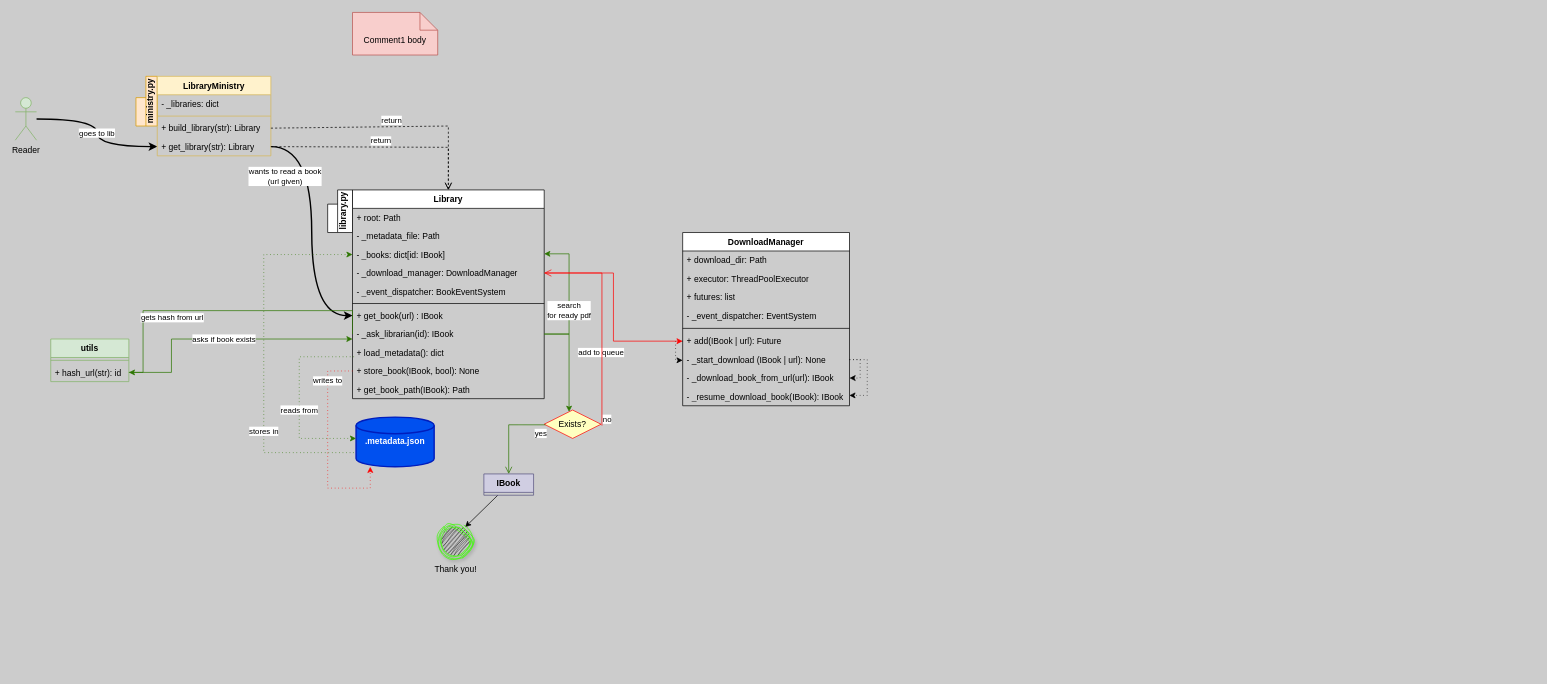
Above: booksnap/core/Library.drawio in michaellevin/book-snap (draw.io), before the change. Source tidied: cells renumbered, new cells numbered last; positions are measured from the earlier drawing's top-left corner, leaving out a move shared by most shapes. Both pictures are drawn from the tidied source at 71%, with x=0, y=0 at pixel (15, 12).
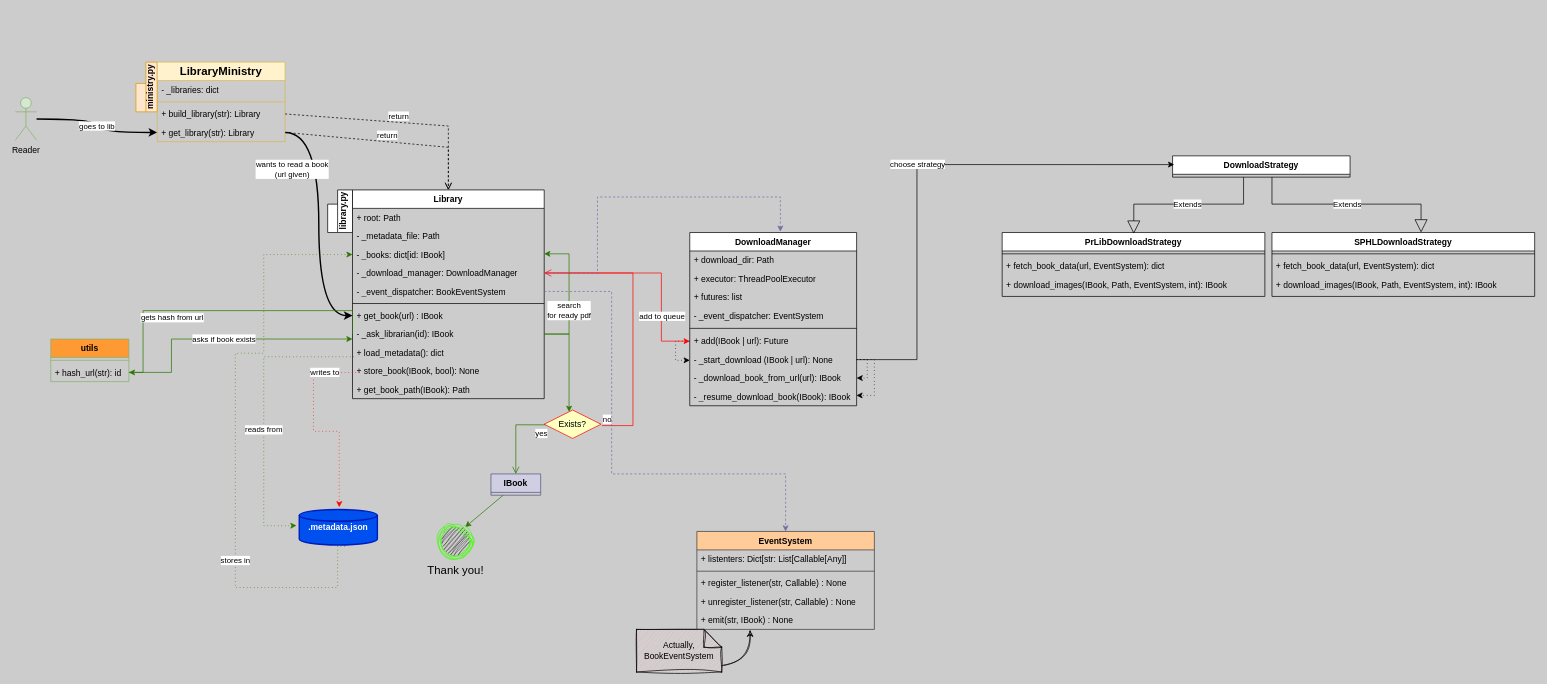
After the change.

Unchanged cells that the change refers to:
```xml
<mxCell id="14" value="- _books: dict[id: IBook]" style="text;strokeColor=none;fillColor=none;align=left;verticalAlign=top;spacingLeft=4;spacingRight=4;overflow=hidden;points=[[0,0.5],[1,0.5]];portConstraint=eastwest;whiteSpace=wrap;html=1;" parent="11" vertex="1">
  <mxGeometry y="78" width="270" height="26" as="geometry" />
</mxCell>
<mxCell id="15" value="- _download_manager: DownloadManager" style="text;strokeColor=none;fillColor=none;align=left;verticalAlign=top;spacingLeft=4;spacingRight=4;overflow=hidden;points=[[0,0.5],[1,0.5]];portConstraint=eastwest;whiteSpace=wrap;html=1;" parent="11" vertex="1">
  <mxGeometry y="104" width="270" height="26" as="geometry" />
</mxCell>
<mxCell id="16" value="- _event_dispatcher: BookEventSystem" style="text;strokeColor=none;fillColor=none;align=left;verticalAlign=top;spacingLeft=4;spacingRight=4;overflow=hidden;points=[[0,0.5],[1,0.5]];portConstraint=eastwest;whiteSpace=wrap;html=1;" parent="11" vertex="1">
  <mxGeometry y="130" width="270" height="26" as="geometry" />
</mxCell>
<mxCell id="21" value="+ load_metadata(): dict" style="text;strokeColor=none;fillColor=none;align=left;verticalAlign=top;spacingLeft=4;spacingRight=4;overflow=hidden;points=[[0,0.5],[1,0.5]];portConstraint=eastwest;whiteSpace=wrap;html=1;" parent="11" vertex="1">
  <mxGeometry y="216" width="270" height="26" as="geometry" />
</mxCell>
<mxCell id="22" value="+ store_book(IBook, bool): None" style="text;strokeColor=none;fillColor=none;align=left;verticalAlign=top;spacingLeft=4;spacingRight=4;overflow=hidden;points=[[0,0.5],[1,0.5]];portConstraint=eastwest;whiteSpace=wrap;html=1;" parent="11" vertex="1">
  <mxGeometry y="242" width="270" height="26" as="geometry" />
</mxCell>
<mxCell id="35" value="+ add(IBook | url): Future" style="text;strokeColor=none;fillColor=none;align=left;verticalAlign=top;spacingLeft=4;spacingRight=4;overflow=hidden;points=[[0,0.5],[1,0.5]];portConstraint=eastwest;whiteSpace=wrap;html=1;" parent="28" vertex="1">
  <mxGeometry y="140" width="235" height="26" as="geometry" />
</mxCell>
<mxCell id="36" value="- _start_download (IBook | url): None" style="text;strokeColor=none;fillColor=none;align=left;verticalAlign=top;spacingLeft=4;spacingRight=4;overflow=hidden;points=[[0,0.5],[1,0.5]];portConstraint=eastwest;whiteSpace=wrap;html=1;" parent="28" vertex="1">
  <mxGeometry y="166" width="235" height="26" as="geometry" />
</mxCell>
<mxCell id="56" value="Exists?" style="rhombus;whiteSpace=wrap;html=1;fontColor=#000000;fillColor=#ffffc0;strokeColor=#ff0000;" parent="1" vertex="1">
  <mxGeometry x="745" y="560" width="80" height="40" as="geometry" />
</mxCell>
```

Diff of the diagram source:
```diff
@@
     <mxCell id="2" value="ministry.py" style="shape=folder;fontStyle=1;spacingTop=10;tabWidth=40;tabHeight=14;tabPosition=left;html=1;whiteSpace=wrap;flipV=0;direction=north;horizontal=0;fillColor=#ffe6cc;strokeColor=#d79b00;" parent="1" vertex="1">
-      <mxGeometry x="170" y="90" width="30" height="70" as="geometry" />
+      <mxGeometry x="170" y="70" width="30" height="70" as="geometry" />
     </mxCell>
@@
-    <mxCell id="6" value="LibraryMinistry" style="swimlane;fontStyle=1;align=center;verticalAlign=top;horizontal=1;startSize=26;whiteSpace=wrap;html=1;fillColor=#fff2cc;strokeColor=#d6b656;" parent="1" vertex="1">
-      <mxGeometry x="200" y="90" width="160" height="112" as="geometry" />
+    <mxCell id="6" value="LibraryMinistry" style="swimlane;fontStyle=1;align=center;verticalAlign=middle;horizontal=1;startSize=26;whiteSpace=wrap;html=1;fillColor=#fff2cc;strokeColor=#d6b656;fontSize=16;" parent="1" vertex="1">
+      <mxGeometry x="200" y="70" width="180" height="112" as="geometry" />
     </mxCell>
     <mxCell id="7" value="- _libraries: dict" style="text;strokeColor=none;fillColor=none;align=left;verticalAlign=top;spacingLeft=4;spacingRight=4;overflow=hidden;whiteSpace=wrap;html=1;" parent="6" vertex="1">
-      <mxGeometry y="26" width="160" height="26" as="geometry" />
+      <mxGeometry y="26" width="180" height="26" as="geometry" />
     </mxCell>
     <mxCell id="8" style="line;strokeWidth=1;fillColor=none;align=left;verticalAlign=middle;spacingTop=-1;spacingLeft=3;spacingRight=3;labelPosition=right;strokeColor=inherit;" parent="6" vertex="1">
-      <mxGeometry y="52" width="160" height="8" as="geometry" />
+      <mxGeometry y="52" width="180" height="8" as="geometry" />
     </mxCell>
     <mxCell id="9" value="+ build_library(str): Library" style="text;strokeColor=none;fillColor=none;align=left;verticalAlign=top;spacingLeft=4;spacingRight=4;overflow=hidden;points=[[0,0.5],[1,0.5]];portConstraint=eastwest;whiteSpace=wrap;html=1;" parent="6" vertex="1">
-      <mxGeometry y="60" width="160" height="26" as="geometry" />
+      <mxGeometry y="60" width="180" height="26" as="geometry" />
     </mxCell>
     <mxCell id="10" value="+ get_library(str): Library" style="text;strokeColor=none;fillColor=none;align=left;verticalAlign=top;spacingLeft=4;spacingRight=4;overflow=hidden;points=[[0,0.5],[1,0.5]];portConstraint=eastwest;whiteSpace=wrap;html=1;" parent="6" vertex="1">
-      <mxGeometry y="86" width="160" height="26" as="geometry" />
+      <mxGeometry y="86" width="180" height="26" as="geometry" />
     </mxCell>
@@
+    <mxCell id="59" style="edgeStyle=orthogonalEdgeStyle;jettySize=auto;html=1;sketch=1;curveFitting=1;jiggle=2;strokeColor=none;dashed=1;dashPattern=1 4;curved=1;shadow=0;" parent="1" edge="1" source="27" target="78">
+      <mxGeometry relative="1" as="geometry" />
+    </mxCell>
+    <mxCell id="60" style="edgeStyle=orthogonalEdgeStyle;jettySize=auto;html=1;sketch=1;curveFitting=1;jiggle=2;dashed=1;dashPattern=1 1;entryX=0.3;entryY=1.049;entryDx=0;entryDy=0;entryPerimeter=0;curved=1;" parent="1" edge="1" source="27" target="78">
+      <mxGeometry relative="1" as="geometry">
+        <Array as="points">
+          <mxPoint x="1035" y="920" />
+        </Array>
+      </mxGeometry>
+    </mxCell>
-    <mxCell id="27" value="Comment1 body" style="shape=note2;boundedLbl=1;whiteSpace=wrap;html=1;size=25;verticalAlign=top;align=center;fillColor=#f8cecc;strokeColor=#b85450;" parent="1" vertex="1">
-      <mxGeometry x="475" width="120" height="60" as="geometry" />
+    <mxCell id="27" value="Actually, BookEventSystem" style="shape=note2;boundedLbl=1;whiteSpace=wrap;html=1;size=25;verticalAlign=middle;align=center;fillColor=#f8cecc;strokeColor=default;sketch=1;curveFitting=1;jiggle=2;shadow=0;" parent="1" vertex="1">
+      <mxGeometry x="875" y="869" width="120" height="60" as="geometry" />
     </mxCell>
     <mxCell id="28" value="DownloadManager" style="swimlane;fontStyle=1;align=center;verticalAlign=top;horizontal=1;startSize=26;whiteSpace=wrap;html=1;" parent="1" vertex="1">
-      <mxGeometry x="940" y="310" width="235" height="244" as="geometry" />
+      <mxGeometry x="950" y="310" width="235" height="244" as="geometry" />
     </mxCell>
@@
     <mxCell id="34" style="edgeStyle=orthogonalEdgeStyle;rounded=0;jettySize=auto;html=1;dashed=1;dashPattern=1 4;" parent="28" edge="1" source="35">
       <mxGeometry relative="1" as="geometry">
         <mxPoint y="180" as="targetPoint" />
         <Array as="points">
-          <mxPoint x="-10" y="153" />
-          <mxPoint x="-10" y="180" />
+          <mxPoint x="-20" y="153" />
+          <mxPoint x="-20" y="180" />
         </Array>
       </mxGeometry>
     </mxCell>
@@
     <mxCell id="41" style="rounded=0;jettySize=auto;html=1;exitX=1;exitY=0.5;exitDx=0;exitDy=0;entryX=0;entryY=0.5;entryDx=0;entryDy=0;jumpStyle=none;edgeStyle=orthogonalEdgeStyle;fillColor=#0050ef;strokeColor=#FF0000;" parent="1" edge="1" source="15" target="35">
-      <mxGeometry relative="1" as="geometry" />
+      <mxGeometry relative="1" as="geometry">
+        <Array as="points">
+          <mxPoint x="910" y="367" />
+          <mxPoint x="910" y="463" />
+        </Array>
+      </mxGeometry>
     </mxCell>
     <mxCell id="42" value="add to queue" style="edgeLabel;html=1;align=center;verticalAlign=middle;" parent="41" vertex="1">
       <mxGeometry x="0.08" y="-1" relative="1" as="geometry">
-        <mxPoint x="-17" y="52" as="offset" />
+        <mxPoint x="2" y="59" as="offset" />
       </mxGeometry>
     </mxCell>
-    <mxCell id="43" value="utils" style="swimlane;fontStyle=1;align=center;verticalAlign=top;horizontal=1;startSize=26;whiteSpace=wrap;html=1;fillColor=#d5e8d4;strokeColor=#82b366;" parent="1" vertex="1">
+    <mxCell id="43" value="utils" style="swimlane;fontStyle=1;align=center;verticalAlign=top;horizontal=1;startSize=26;whiteSpace=wrap;html=1;fillColor=#FF9933;strokeColor=#82b366;" parent="1" vertex="1">
       <mxGeometry x="50" y="460" width="110" height="60" as="geometry" />
     </mxCell>
@@
-    <mxCell id="47" value="stores in" style="edgeStyle=orthogonalEdgeStyle;rounded=0;jettySize=auto;html=1;fillColor=#60a917;strokeColor=#2D7600;dashed=1;dashPattern=1 4;exitX=-0.027;exitY=0.714;exitDx=0;exitDy=0;exitPerimeter=0;" parent="1" edge="1" source="48" target="14">
+    <mxCell id="47" value="stores in" style="edgeStyle=orthogonalEdgeStyle;rounded=0;jettySize=auto;html=1;fillColor=#60a917;strokeColor=#2D7600;dashed=1;dashPattern=1 4;exitX=0.584;exitY=1.041;exitDx=0;exitDy=0;exitPerimeter=0;" parent="1" edge="1" source="48" target="14">
       <mxGeometry x="-0.41" relative="1" as="geometry">
         <Array as="points">
-          <mxPoint x="350" y="620" />
+          <mxPoint x="454" y="810" />
+          <mxPoint x="310" y="810" />
+          <mxPoint x="310" y="480" />
+          <mxPoint x="350" y="480" />
           <mxPoint x="350" y="341" />
         </Array>
       </mxGeometry>
     </mxCell>
     <mxCell id="48" value=".metadata.json" style="strokeWidth=2;html=1;shape=mxgraph.flowchart.database;whiteSpace=wrap;fillColor=#0050ef;strokeColor=#001DBC;labelPosition=center;verticalLabelPosition=middle;align=center;verticalAlign=middle;fontColor=#ffffff;fontStyle=1;" parent="1" vertex="1">
-      <mxGeometry x="480" y="570" width="110" height="70" as="geometry" />
+      <mxGeometry x="400" y="700" width="110" height="50" as="geometry" />
     </mxCell>
-    <mxCell id="49" value="writes to" style="edgeStyle=orthogonalEdgeStyle;rounded=0;jettySize=auto;html=1;exitX=0;exitY=0.5;exitDx=0;exitDy=0;fillColor=#60a917;strokeColor=#FF0000;dashed=1;dashPattern=1 4;" parent="1" edge="1" source="22" target="48">
+    <mxCell id="49" value="writes to" style="edgeStyle=orthogonalEdgeStyle;rounded=0;jettySize=auto;html=1;exitX=0;exitY=0.5;exitDx=0;exitDy=0;fillColor=#60a917;strokeColor=#FF0000;dashed=1;dashPattern=1 4;entryX=0.512;entryY=-0.062;entryDx=0;entryDy=0;entryPerimeter=0;" parent="1" edge="1" target="48">
       <mxGeometry x="-0.66" relative="1" as="geometry">
+        <mxPoint x="485" y="507.2" as="sourcePoint" />
         <Array as="points">
-          <mxPoint x="440" y="505" />
-          <mxPoint x="440" y="670" />
-          <mxPoint x="500" y="670" />
+          <mxPoint x="420" y="507" />
+          <mxPoint x="420" y="590" />
+          <mxPoint x="456" y="590" />
         </Array>
       </mxGeometry>
     </mxCell>
-    <mxCell id="50" value="reads from" style="edgeStyle=orthogonalEdgeStyle;rounded=0;jettySize=auto;html=1;exitX=0.008;exitY=0.729;exitDx=0;exitDy=0;exitPerimeter=0;fillColor=#60a917;strokeColor=#2D7600;dashed=1;dashPattern=1 4;" parent="1" edge="1" source="21" target="48">
+    <mxCell id="50" value="reads from" style="edgeStyle=orthogonalEdgeStyle;rounded=0;jettySize=auto;html=1;exitX=0.008;exitY=0.729;exitDx=0;exitDy=0;exitPerimeter=0;fillColor=#60a917;strokeColor=#2D7600;dashed=1;dashPattern=1 4;entryX=-0.036;entryY=0.455;entryDx=0;entryDy=0;entryPerimeter=0;" parent="1" edge="1" source="21" target="48">
       <mxGeometry x="0.12" relative="1" as="geometry">
         <Array as="points">
-          <mxPoint x="400" y="485" />
-          <mxPoint x="400" y="600" />
+          <mxPoint x="350" y="485" />
+          <mxPoint x="350" y="723" />
+          <mxPoint x="386" y="723" />
         </Array>
       </mxGeometry>
     </mxCell>
@@
-    <mxCell id="53" style="rounded=0;jettySize=auto;html=1;entryX=0.774;entryY=0.097;entryDx=0;entryDy=0;entryPerimeter=0;" parent="1" edge="1" source="54" target="55">
+    <mxCell id="53" style="rounded=0;jettySize=auto;html=1;entryX=0.774;entryY=0.097;entryDx=0;entryDy=0;entryPerimeter=0;fillColor=#60a917;strokeColor=#2D7600;" parent="1" edge="1" source="54" target="55">
       <mxGeometry relative="1" as="geometry" />
     </mxCell>
     <mxCell id="54" value="IBook" style="swimlane;fontStyle=1;align=center;verticalAlign=top;horizontal=1;startSize=26;whiteSpace=wrap;html=1;fillColor=#d0cee2;strokeColor=#56517e;" parent="1" vertex="1" collapsed="1">
-      <mxGeometry x="660" y="650" width="70" height="30" as="geometry" />
+      <mxGeometry x="670" y="650" width="70" height="30" as="geometry" />
     </mxCell>
-    <mxCell id="55" value="Thank you!" style="ellipse;html=1;shape=endState;fillColor=#000000;strokeColor=#3CFF00;sketch=1;curveFitting=1;jiggle=2;shadow=1;labelPosition=center;verticalLabelPosition=bottom;align=center;verticalAlign=top;" parent="1" vertex="1">
+    <mxCell id="55" value="&lt;font style=&quot;font-size: 16px;&quot;&gt;Thank you!&lt;/font&gt;" style="ellipse;html=1;shape=endState;fillColor=#000000;strokeColor=#3CFF00;sketch=1;curveFitting=1;jiggle=2;shadow=0;labelPosition=center;verticalLabelPosition=bottom;align=center;verticalAlign=top;" parent="1" vertex="1">
       <mxGeometry x="595" y="720" width="50" height="50" as="geometry" />
     </mxCell>
@@
     <mxCell id="57" value="no" style="edgeStyle=orthogonalEdgeStyle;html=1;align=left;verticalAlign=bottom;endArrow=open;endSize=8;strokeColor=#FF0000;rounded=0;exitX=1.016;exitY=0.548;exitDx=0;exitDy=0;exitPerimeter=0;" parent="1" edge="1" source="56" target="15">
-      <mxGeometry x="-1" relative="1" as="geometry" />
+      <mxGeometry x="-1" relative="1" as="geometry">
+        <Array as="points">
+          <mxPoint x="870" y="582" />
+          <mxPoint x="870" y="367" />
+        </Array>
+      </mxGeometry>
     </mxCell>
@@
+    <mxCell id="61" value="DownloadStrategy" style="swimlane;fontStyle=1;align=center;verticalAlign=top;horizontal=1;startSize=26;whiteSpace=wrap;html=1;" parent="1" vertex="1" collapsed="1">
+      <mxGeometry x="1630" y="202" width="250" height="30" as="geometry" />
+    </mxCell>
+    <mxCell id="62" value="PrLibDownloadStrategy" style="swimlane;fontStyle=1;align=center;verticalAlign=top;horizontal=1;startSize=26;whiteSpace=wrap;html=1;" parent="1" vertex="1">
+      <mxGeometry x="1390" y="310" width="370" height="90" as="geometry" />
+    </mxCell>
+    <mxCell id="63" style="line;strokeWidth=1;fillColor=none;align=left;verticalAlign=middle;spacingTop=-1;spacingLeft=3;spacingRight=3;labelPosition=right;strokeColor=inherit;" parent="62" vertex="1">
+      <mxGeometry y="26" width="370" height="8" as="geometry" />
+    </mxCell>
+    <mxCell id="64" value="+ fetch_book_data(url, EventSystem): dict" style="text;strokeColor=none;fillColor=none;align=left;verticalAlign=top;spacingLeft=4;spacingRight=4;overflow=hidden;whiteSpace=wrap;html=1;" parent="62" vertex="1">
+      <mxGeometry y="34" width="370" height="26" as="geometry" />
+    </mxCell>
+    <mxCell id="65" value="+ download_images(IBook, Path, EventSystem, int): IBook" style="text;strokeColor=none;fillColor=none;align=left;verticalAlign=top;spacingLeft=4;spacingRight=4;overflow=hidden;whiteSpace=wrap;html=1;" parent="62" vertex="1">
+      <mxGeometry y="60" width="370" height="30" as="geometry" />
+    </mxCell>
+    <mxCell id="66" value="SPHLDownloadStrategy" style="swimlane;fontStyle=1;align=center;verticalAlign=top;horizontal=1;startSize=26;whiteSpace=wrap;html=1;" parent="1" vertex="1">
+      <mxGeometry x="1770" y="310" width="370" height="90" as="geometry" />
+    </mxCell>
+    <mxCell id="67" style="line;strokeWidth=1;fillColor=none;align=left;verticalAlign=middle;spacingTop=-1;spacingLeft=3;spacingRight=3;labelPosition=right;strokeColor=inherit;" parent="66" vertex="1">
+      <mxGeometry y="26" width="370" height="8" as="geometry" />
+    </mxCell>
+    <mxCell id="68" value="+ fetch_book_data(url, EventSystem): dict" style="text;strokeColor=none;fillColor=none;align=left;verticalAlign=top;spacingLeft=4;spacingRight=4;overflow=hidden;whiteSpace=wrap;html=1;" parent="66" vertex="1">
+      <mxGeometry y="34" width="370" height="26" as="geometry" />
+    </mxCell>
+    <mxCell id="69" value="+ download_images(IBook, Path, EventSystem, int): IBook" style="text;strokeColor=none;fillColor=none;align=left;verticalAlign=top;spacingLeft=4;spacingRight=4;overflow=hidden;whiteSpace=wrap;html=1;" parent="66" vertex="1">
+      <mxGeometry y="60" width="370" height="30" as="geometry" />
+    </mxCell>
+    <mxCell id="70" value="Extends" style="endArrow=block;endSize=16;endFill=0;html=1;rounded=0;edgeStyle=orthogonalEdgeStyle;entryX=0.501;entryY=0.019;entryDx=0;entryDy=0;entryPerimeter=0;" parent="1" edge="1" source="61" target="62">
+      <mxGeometry relative="1" as="geometry">
+        <Array as="points">
+          <mxPoint x="1730" y="270" />
+          <mxPoint x="1575" y="270" />
+        </Array>
+      </mxGeometry>
+    </mxCell>
+    <mxCell id="71" value="choose strategy" style="edgeStyle=orthogonalEdgeStyle;rounded=0;jettySize=auto;html=1;entryX=0.009;entryY=0.411;entryDx=0;entryDy=0;entryPerimeter=0;" parent="1" edge="1" source="36" target="61">
+      <mxGeometry relative="1" as="geometry">
+        <Array as="points">
+          <mxPoint x="1270" y="489" />
+          <mxPoint x="1270" y="214" />
+        </Array>
+      </mxGeometry>
+    </mxCell>
+    <mxCell id="72" value="Extends" style="endArrow=block;endSize=16;endFill=0;html=1;rounded=0;edgeStyle=orthogonalEdgeStyle;" parent="1" edge="1" source="61" target="66">
+      <mxGeometry relative="1" as="geometry">
+        <Array as="points">
+          <mxPoint x="1770" y="270" />
+          <mxPoint x="1980" y="270" />
+        </Array>
+      </mxGeometry>
+    </mxCell>
+    <mxCell id="73" value="EventSystem" style="swimlane;fontStyle=1;align=center;verticalAlign=top;horizontal=1;startSize=26;whiteSpace=wrap;html=1;fillColor=#ffcc99;strokeColor=#36393d;" parent="1" vertex="1">
+      <mxGeometry x="960" y="731" width="250" height="138" as="geometry" />
+    </mxCell>
+    <mxCell id="74" value="+ listenters: Dict[str: List[Callable[Any]]" style="text;strokeColor=none;fillColor=none;align=left;verticalAlign=top;spacingLeft=4;spacingRight=4;overflow=hidden;whiteSpace=wrap;html=1;" parent="73" vertex="1">
+      <mxGeometry y="26" width="250" height="26" as="geometry" />
+    </mxCell>
+    <mxCell id="75" style="line;strokeWidth=1;fillColor=none;align=left;verticalAlign=middle;spacingTop=-1;spacingLeft=3;spacingRight=3;labelPosition=right;strokeColor=inherit;" parent="73" vertex="1">
+      <mxGeometry y="52" width="250" height="8" as="geometry" />
+    </mxCell>
+    <mxCell id="76" value="+ register_listener(str, Callable) : None" style="text;strokeColor=none;fillColor=none;align=left;verticalAlign=top;spacingLeft=4;spacingRight=4;overflow=hidden;whiteSpace=wrap;html=1;" parent="73" vertex="1">
+      <mxGeometry y="60" width="250" height="26" as="geometry" />
+    </mxCell>
+    <mxCell id="77" value="+ unregister_listener(str, Callable) : None" style="text;strokeColor=none;fillColor=none;align=left;verticalAlign=top;spacingLeft=4;spacingRight=4;overflow=hidden;whiteSpace=wrap;html=1;" parent="73" vertex="1">
+      <mxGeometry y="86" width="250" height="26" as="geometry" />
+    </mxCell>
+    <mxCell id="78" value="+ emit(str, IBook) : None" style="text;strokeColor=none;fillColor=none;align=left;verticalAlign=top;spacingLeft=4;spacingRight=4;overflow=hidden;points=[[0,0.5],[1,0.5]];portConstraint=eastwest;whiteSpace=wrap;html=1;" parent="73" vertex="1">
+      <mxGeometry y="112" width="250" height="26" as="geometry" />
+    </mxCell>
+    <mxCell id="79" style="edgeStyle=orthogonalEdgeStyle;rounded=0;jettySize=auto;html=1;strokeColor=#736CA8;fontColor=#1A1A1A;dashed=1;" parent="1" edge="1" source="16" target="73">
+      <mxGeometry relative="1" as="geometry">
+        <Array as="points">
+          <mxPoint x="840" y="393" />
+          <mxPoint x="840" y="650" />
+        </Array>
+      </mxGeometry>
+    </mxCell>
+    <mxCell id="80" style="edgeStyle=orthogonalEdgeStyle;rounded=0;jettySize=auto;html=1;entryX=0.543;entryY=-0.005;entryDx=0;entryDy=0;entryPerimeter=0;strokeColor=#736CA8;fontColor=#1A1A1A;dashed=1;" parent="1" edge="1" source="15" target="28">
+      <mxGeometry relative="1" as="geometry">
+        <Array as="points">
+          <mxPoint x="820" y="367" />
+          <mxPoint x="820" y="260" />
+          <mxPoint x="1078" y="260" />
+        </Array>
+      </mxGeometry>
+    </mxCell>
```
